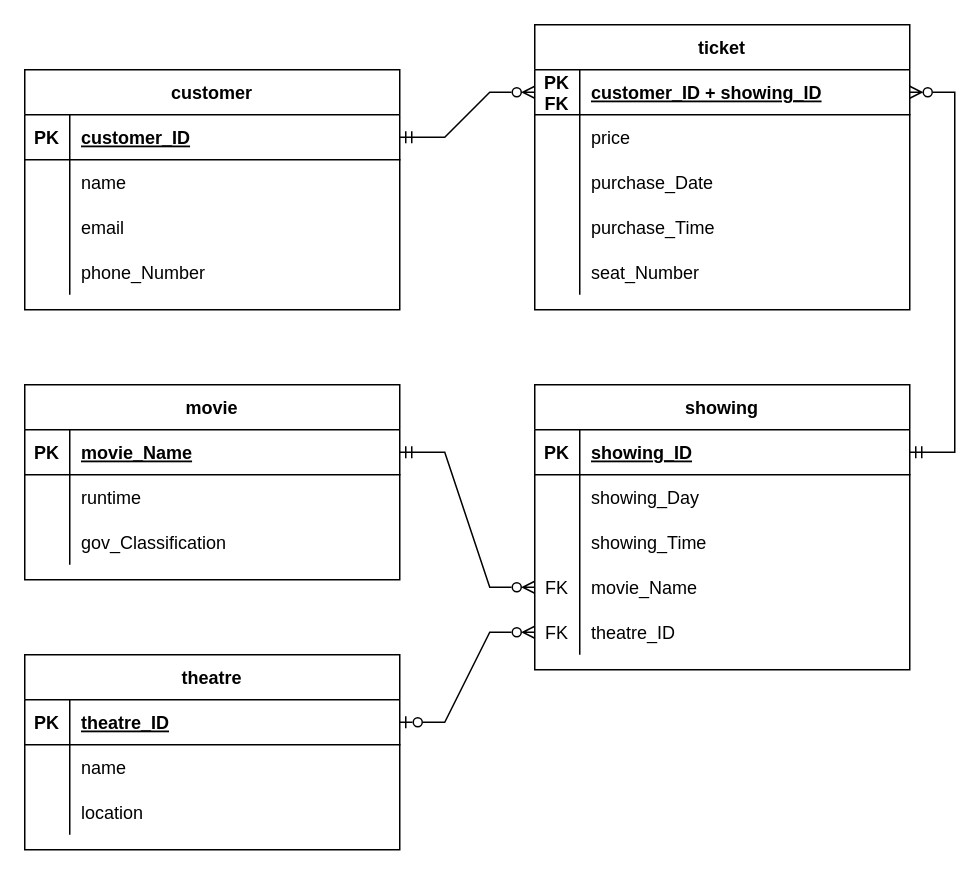
Cowsox/Cowsox keeps this draw.io diagram as Cinema Company.drawio. Above is the earlier version. Source tidied: cells renumbered, new cells numbered last; positions are measured from the earlier drawing's top-left corner, leaving out a move shared by most shapes. Both pictures are drawn from the tidied source at 150%, with x=0, y=0 at pixel (24, 24).
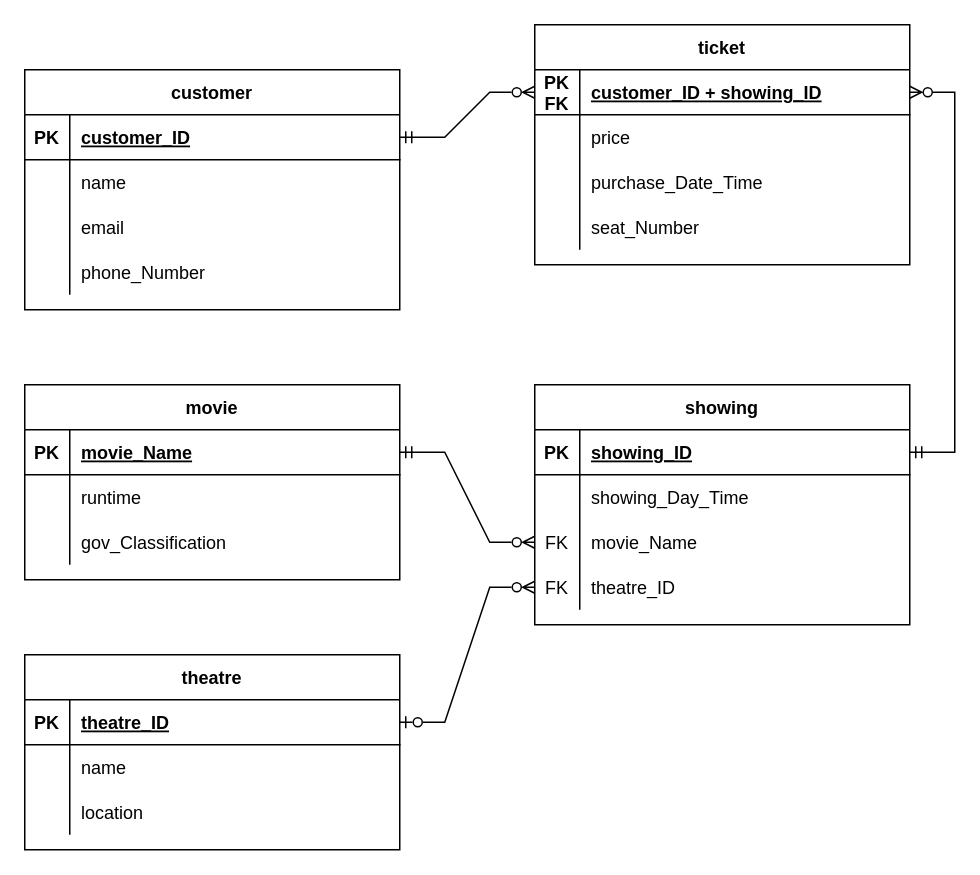
The same page after the edit.

Unchanged cells that the change refers to:
```xml
<mxCell id="32" style="shape=partialRectangle;fillColor=none;top=0;left=0;right=0;bottom=0;" parent="25" vertex="1">
  <mxGeometry y="90" width="250" height="30" as="geometry" />
</mxCell>
<mxCell id="45" style="shape=partialRectangle;fillColor=none;top=0;left=0;right=0;bottom=0;" parent="41" vertex="1">
  <mxGeometry y="60" width="250" height="30" as="geometry" />
</mxCell>
```

What changed in the source:
```diff
@@
     <mxCell id="25" value="ticket" style="shape=table;startSize=30;childLayout=tableLayout;rowLines=0;fontStyle=1;align=center;" parent="1" vertex="1">
-      <mxGeometry x="340" width="250" height="190" as="geometry" />
+      <mxGeometry x="340" width="250" height="160" as="geometry" />
     </mxCell>
@@
-    <mxCell id="34" value="purchase_Date" style="shape=partialRectangle;overflow=hidden;fillColor=none;top=0;left=0;bottom=0;right=0;align=left;spacingLeft=6;" parent="32" vertex="1">
+    <mxCell id="34" value="purchase_Date_Time" style="shape=partialRectangle;overflow=hidden;fillColor=none;top=0;left=0;bottom=0;right=0;align=left;spacingLeft=6;" parent="32" vertex="1">
       <mxGeometry x="30" width="220" height="30" as="geometry" />
     </mxCell>
-    <mxCell id="35" style="shape=partialRectangle;fillColor=none;top=0;left=0;right=0;bottom=0;" parent="25" vertex="1">
-      <mxGeometry y="120" width="250" height="30" as="geometry" />
-    </mxCell>
-    <mxCell id="36" style="shape=partialRectangle;overflow=hidden;fillColor=none;top=0;left=0;bottom=0;right=0;" parent="35" vertex="1">
-      <mxGeometry width="30" height="30" as="geometry" />
-    </mxCell>
-    <mxCell id="37" value="purchase_Time" style="shape=partialRectangle;overflow=hidden;fillColor=none;top=0;left=0;bottom=0;right=0;align=left;spacingLeft=6;" parent="35" vertex="1">
-      <mxGeometry x="30" width="220" height="30" as="geometry" />
-    </mxCell>
     <mxCell id="38" style="shape=partialRectangle;fillColor=none;top=0;left=0;right=0;bottom=0;" parent="25" vertex="1">
-      <mxGeometry y="150" width="250" height="30" as="geometry" />
+      <mxGeometry y="120" width="250" height="30" as="geometry" />
     </mxCell>
@@
     <mxCell id="41" value="showing" style="shape=table;startSize=30;childLayout=tableLayout;rowLines=0;fontStyle=1;align=center;" parent="1" vertex="1">
-      <mxGeometry x="340" y="240" width="250" height="190" as="geometry" />
+      <mxGeometry x="340" y="240" width="250" height="160" as="geometry" />
     </mxCell>
@@
-    <mxCell id="47" value="showing_Day" style="shape=partialRectangle;overflow=hidden;fillColor=none;top=0;left=0;bottom=0;right=0;align=left;spacingLeft=6;" parent="45" vertex="1">
+    <mxCell id="47" value="showing_Day_Time" style="shape=partialRectangle;overflow=hidden;fillColor=none;top=0;left=0;bottom=0;right=0;align=left;spacingLeft=6;" parent="45" vertex="1">
       <mxGeometry x="30" width="220" height="30" as="geometry" />
     </mxCell>
-    <mxCell id="48" style="shape=partialRectangle;fillColor=none;top=0;left=0;right=0;bottom=0;" parent="41" vertex="1">
-      <mxGeometry y="90" width="250" height="30" as="geometry" />
-    </mxCell>
-    <mxCell id="49" style="shape=partialRectangle;overflow=hidden;fillColor=none;top=0;left=0;bottom=0;right=0;" parent="48" vertex="1">
-      <mxGeometry width="30" height="30" as="geometry" />
-    </mxCell>
-    <mxCell id="50" value="showing_Time" style="shape=partialRectangle;overflow=hidden;fillColor=none;top=0;left=0;bottom=0;right=0;align=left;spacingLeft=6;" parent="48" vertex="1">
-      <mxGeometry x="30" width="220" height="30" as="geometry" />
-    </mxCell>
     <mxCell id="51" style="shape=partialRectangle;fillColor=none;points=[[0,0.5],[1,0.5]];portConstraint=eastwest;top=0;left=0;right=0;bottom=0;" parent="41" vertex="1">
-      <mxGeometry y="120" width="250" height="30" as="geometry" />
+      <mxGeometry y="90" width="250" height="30" as="geometry" />
     </mxCell>
@@
     <mxCell id="54" style="shape=partialRectangle;fillColor=none;points=[[0,0.5],[1,0.5]];portConstraint=eastwest;top=0;left=0;right=0;bottom=0;" parent="41" vertex="1">
-      <mxGeometry y="150" width="250" height="30" as="geometry" />
+      <mxGeometry y="120" width="250" height="30" as="geometry" />
     </mxCell>
```
